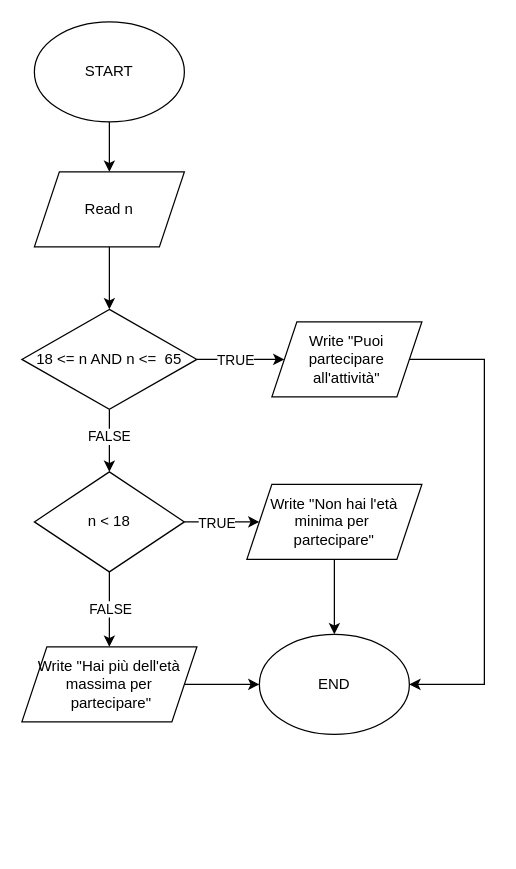
Before: Lezione_03/Esercizio10.drawio in Federico27its/its_esercizi, a draw.io diagram. Source tidied: cells renumbered, new cells numbered last; positions are measured from the earlier drawing's top-left corner, leaving out a move shared by most shapes. Both pictures are drawn from the tidied source at 125%, with x=0, y=0 at pixel (21, 21).
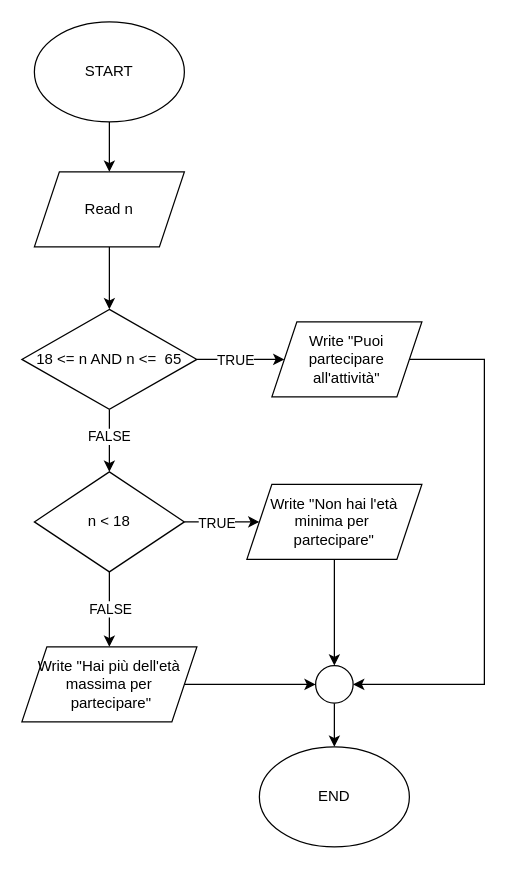
The same diagram, later.

The change refers to these unchanged cells:
```xml
<mxCell id="17" value="Write &quot;Puoi partecipare&lt;div&gt;all'attività&quot;&lt;/div&gt;" style="shape=parallelogram;perimeter=parallelogramPerimeter;whiteSpace=wrap;html=1;fixedSize=1;" parent="1" vertex="1">
  <mxGeometry x="200" y="240" width="120" height="60" as="geometry" />
</mxCell>
<mxCell id="19" value="Write &quot;Non hai l'età minima per&amp;nbsp;&lt;div&gt;partecipare&quot;&lt;/div&gt;" style="shape=parallelogram;perimeter=parallelogramPerimeter;whiteSpace=wrap;html=1;fixedSize=1;" parent="1" vertex="1">
  <mxGeometry x="180" y="370" width="140" height="60" as="geometry" />
</mxCell>
<mxCell id="21" value="Write &quot;Hai più dell'età massima per&lt;div&gt;&amp;nbsp;partecipare&lt;span style=&quot;background-color: transparent; color: light-dark(rgb(0, 0, 0), rgb(255, 255, 255));&quot;&gt;&quot;&lt;/span&gt;&lt;/div&gt;" style="shape=parallelogram;perimeter=parallelogramPerimeter;whiteSpace=wrap;html=1;fixedSize=1;" parent="1" vertex="1">
  <mxGeometry y="500" width="140" height="60" as="geometry" />
</mxCell>
```

Diff of the diagram source:
```diff
@@
-    <mxCell id="16" style="edgeStyle=orthogonalEdgeStyle;rounded=0;jettySize=auto;html=1;entryX=1;entryY=0.5;entryDx=0;entryDy=0;" parent="1" edge="1" source="17" target="22">
+    <mxCell id="16" style="edgeStyle=orthogonalEdgeStyle;rounded=0;jettySize=auto;html=1;entryX=1;entryY=0.5;entryDx=0;entryDy=0;" parent="1" edge="1" source="17" target="24">
       <mxGeometry relative="1" as="geometry">
         <Array as="points">
           <mxPoint x="370" y="270" />
           <mxPoint x="370" y="530" />
         </Array>
       </mxGeometry>
     </mxCell>
@@
-    <mxCell id="18" style="edgeStyle=orthogonalEdgeStyle;rounded=0;jettySize=auto;html=1;" parent="1" edge="1" source="19" target="22">
+    <mxCell id="18" style="edgeStyle=orthogonalEdgeStyle;rounded=0;jettySize=auto;html=1;entryX=0.5;entryY=0;entryDx=0;entryDy=0;" parent="1" edge="1" source="19" target="24">
       <mxGeometry relative="1" as="geometry" />
     </mxCell>
@@
-    <mxCell id="20" style="edgeStyle=orthogonalEdgeStyle;rounded=0;jettySize=auto;html=1;" parent="1" edge="1" source="21" target="22">
+    <mxCell id="20" style="edgeStyle=orthogonalEdgeStyle;rounded=0;jettySize=auto;html=1;entryX=0;entryY=0.5;entryDx=0;entryDy=0;" parent="1" edge="1" source="21" target="24">
       <mxGeometry relative="1" as="geometry" />
     </mxCell>
@@
+    <mxCell id="23" style="edgeStyle=orthogonalEdgeStyle;rounded=0;jettySize=auto;html=1;" parent="1" edge="1" source="24" target="22">
+      <mxGeometry relative="1" as="geometry" />
+    </mxCell>
+    <mxCell id="24" style="ellipse;whiteSpace=wrap;html=1;" parent="1" vertex="1">
+      <mxGeometry x="235" y="515" width="30" height="30" as="geometry" />
+    </mxCell>
     <mxCell id="22" value="END" style="ellipse;whiteSpace=wrap;html=1;" parent="1" vertex="1">
-      <mxGeometry x="190" y="490" width="120" height="80" as="geometry" />
+      <mxGeometry x="190" y="580" width="120" height="80" as="geometry" />
     </mxCell>
```
